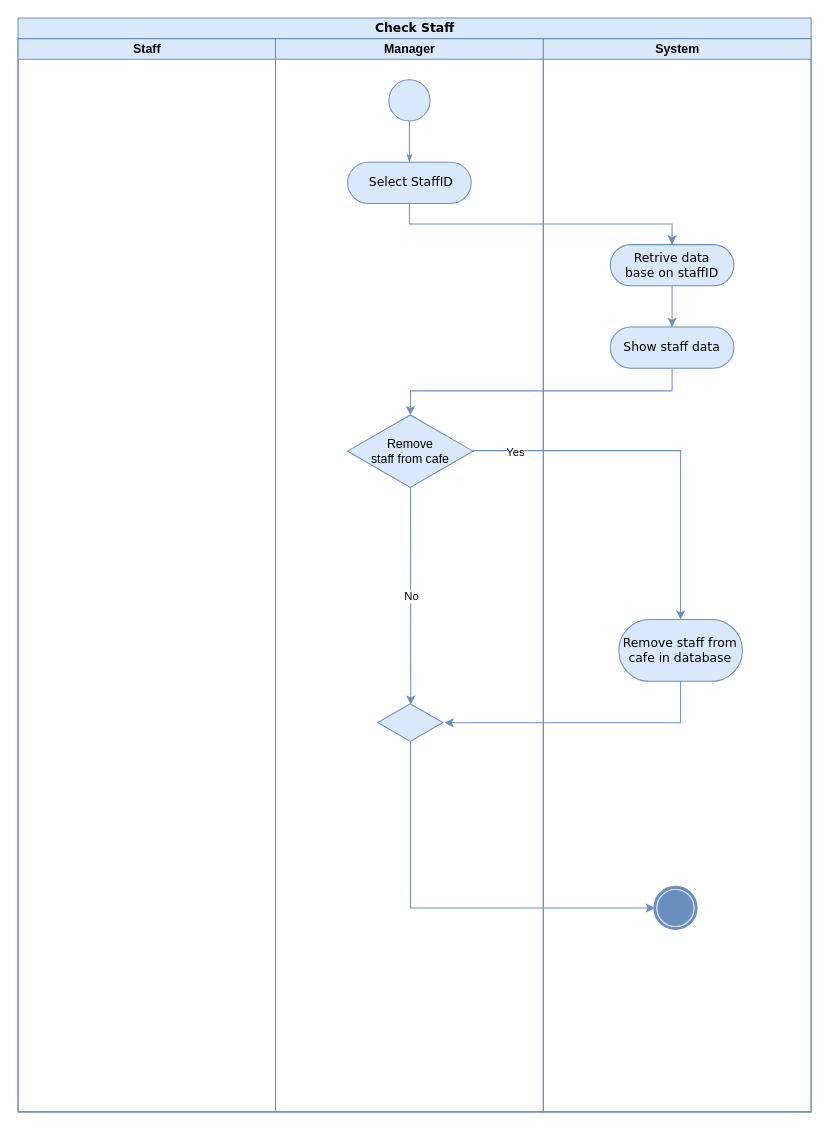
Above: page "CheckStaff" (3 of 6) of Diagrams/ActivityDiagram.drawio in Abcdavid00/Cafe-Management-Application (draw.io), before the change. Source tidied: cells renumbered, new cells numbered last; positions are measured from the earlier drawing's top-left corner, leaving out a move shared by most shapes. Both pictures are drawn from the tidied source at 103%, with x=0, y=0 at pixel (18, 18).
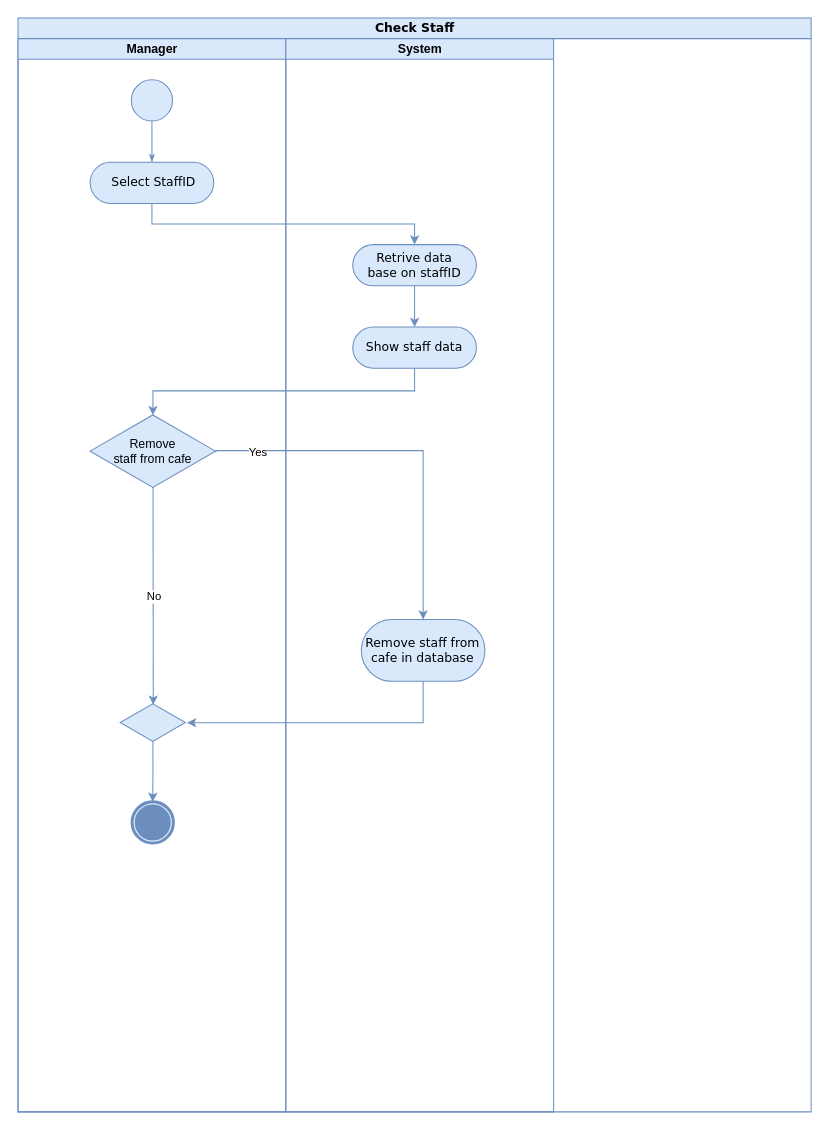
The same diagram, later.

The change refers to these unchanged cells:
```xml
<mxCell id="2" value="Check Staff" style="swimlane;html=1;startSize=20;rounded=0;shadow=0;comic=0;labelBackgroundColor=none;strokeWidth=1;fontFamily=Verdana;fontSize=12;align=center;fillColor=#dae8fc;strokeColor=#6c8ebf;" parent="1" vertex="1">
  <mxGeometry width="770" height="1062" as="geometry" />
</mxCell>
<mxCell id="8" value="Remove&lt;br&gt;staff from cafe" style="html=1;whiteSpace=wrap;shape=isoRectangle;fillColor=#dae8fc;strokeColor=#6c8ebf;" parent="4" vertex="1">
  <mxGeometry x="70" y="364" width="121.7" height="73" as="geometry" />
</mxCell>
<mxCell id="9" style="html=1;whiteSpace=wrap;shape=isoRectangle;fillColor=#dae8fc;strokeColor=#6c8ebf;" parent="4" vertex="1">
  <mxGeometry x="99.2" y="645" width="63.3" height="38" as="geometry" />
</mxCell>
<mxCell id="18" value="Remove staff from&lt;br&gt;cafe in database" style="rounded=1;whiteSpace=wrap;html=1;shadow=0;comic=0;labelBackgroundColor=none;strokeWidth=1;fontFamily=Verdana;fontSize=12;align=center;arcSize=50;fillColor=#dae8fc;strokeColor=#6c8ebf;" parent="16" vertex="1">
  <mxGeometry x="73.3" y="564" width="120" height="60" as="geometry" />
</mxCell>
```

Change to the diagram source:
```diff
@@
-    <mxCell id="3" value="Staff" style="swimlane;html=1;startSize=20;fillColor=#dae8fc;strokeColor=#6c8ebf;" parent="2" vertex="1">
-      <mxGeometry y="20" width="250" height="1042" as="geometry" />
-    </mxCell>
     <mxCell id="4" value="Manager" style="swimlane;html=1;startSize=20;fillColor=#dae8fc;strokeColor=#6c8ebf;" parent="2" vertex="1">
-      <mxGeometry x="250" y="20" width="260" height="1042" as="geometry" />
+      <mxGeometry y="20" width="260" height="1042" as="geometry" />
     </mxCell>
@@
+    <mxCell id="19" style="shape=mxgraph.bpmn.shape;html=1;verticalLabelPosition=bottom;labelBackgroundColor=#ffffff;verticalAlign=top;perimeter=ellipsePerimeter;outline=end;symbol=terminate;rounded=0;shadow=0;comic=0;strokeWidth=1;fontFamily=Verdana;fontSize=12;align=center;fillColor=#dae8fc;strokeColor=#6c8ebf;" parent="4" vertex="1">
+      <mxGeometry x="110.8" y="741" width="40" height="40" as="geometry" />
+    </mxCell>
+    <mxCell id="15" style="edgeStyle=orthogonalEdgeStyle;rounded=0;jettySize=auto;html=1;exitX=0.502;exitY=0.98;exitDx=0;exitDy=0;exitPerimeter=0;fillColor=#dae8fc;strokeColor=#6c8ebf;entryX=0.5;entryY=0;entryDx=0;entryDy=0;" parent="4" edge="1" source="9" target="19">
+      <mxGeometry relative="1" as="geometry">
+        <Array as="points">
+          <mxPoint x="131" y="712" />
+        </Array>
+      </mxGeometry>
+    </mxCell>
     <mxCell id="12" style="edgeStyle=orthogonalEdgeStyle;rounded=0;jettySize=auto;html=1;entryX=1.025;entryY=0.503;entryDx=0;entryDy=0;entryPerimeter=0;exitX=0.5;exitY=1;exitDx=0;exitDy=0;fillColor=#dae8fc;strokeColor=#6c8ebf;" parent="2" edge="1" source="18" target="9">
       <mxGeometry relative="1" as="geometry">
         <Array as="points">
-          <mxPoint x="643.3" y="684" />
+          <mxPoint x="393" y="684" />
         </Array>
       </mxGeometry>
     </mxCell>
     <mxCell id="13" style="edgeStyle=orthogonalEdgeStyle;rounded=0;jettySize=auto;html=1;entryX=0.5;entryY=0;entryDx=0;entryDy=0;exitX=1.003;exitY=0.514;exitDx=0;exitDy=0;exitPerimeter=0;fillColor=#dae8fc;strokeColor=#6c8ebf;" parent="2" edge="1" source="8" target="18">
       <mxGeometry relative="1" as="geometry">
         <Array as="points">
-          <mxPoint x="643.3" y="420" />
+          <mxPoint x="192" y="420" />
+          <mxPoint x="393" y="420" />
         </Array>
       </mxGeometry>
     </mxCell>
@@
-    <mxCell id="15" style="edgeStyle=orthogonalEdgeStyle;rounded=0;jettySize=auto;html=1;exitX=0.502;exitY=0.98;exitDx=0;exitDy=0;exitPerimeter=0;entryX=0;entryY=0.5;entryDx=0;entryDy=0;fillColor=#dae8fc;strokeColor=#6c8ebf;" parent="2" edge="1" source="9" target="19">
-      <mxGeometry relative="1" as="geometry">
-        <Array as="points">
-          <mxPoint x="381.3" y="864" />
-        </Array>
-      </mxGeometry>
-    </mxCell>
     <mxCell id="16" value="System" style="swimlane;html=1;startSize=20;direction=east;fillColor=#dae8fc;strokeColor=#6c8ebf;" parent="2" vertex="1">
-      <mxGeometry x="510" y="20" width="260" height="1042" as="geometry" />
+      <mxGeometry x="260" y="20" width="260" height="1042" as="geometry" />
     </mxCell>
@@
-    <mxCell id="19" style="shape=mxgraph.bpmn.shape;html=1;verticalLabelPosition=bottom;labelBackgroundColor=#ffffff;verticalAlign=top;perimeter=ellipsePerimeter;outline=end;symbol=terminate;rounded=0;shadow=0;comic=0;strokeWidth=1;fontFamily=Verdana;fontSize=12;align=center;fillColor=#dae8fc;strokeColor=#6c8ebf;" parent="16" vertex="1">
-      <mxGeometry x="108.3" y="824" width="40" height="40" as="geometry" />
-    </mxCell>
```
